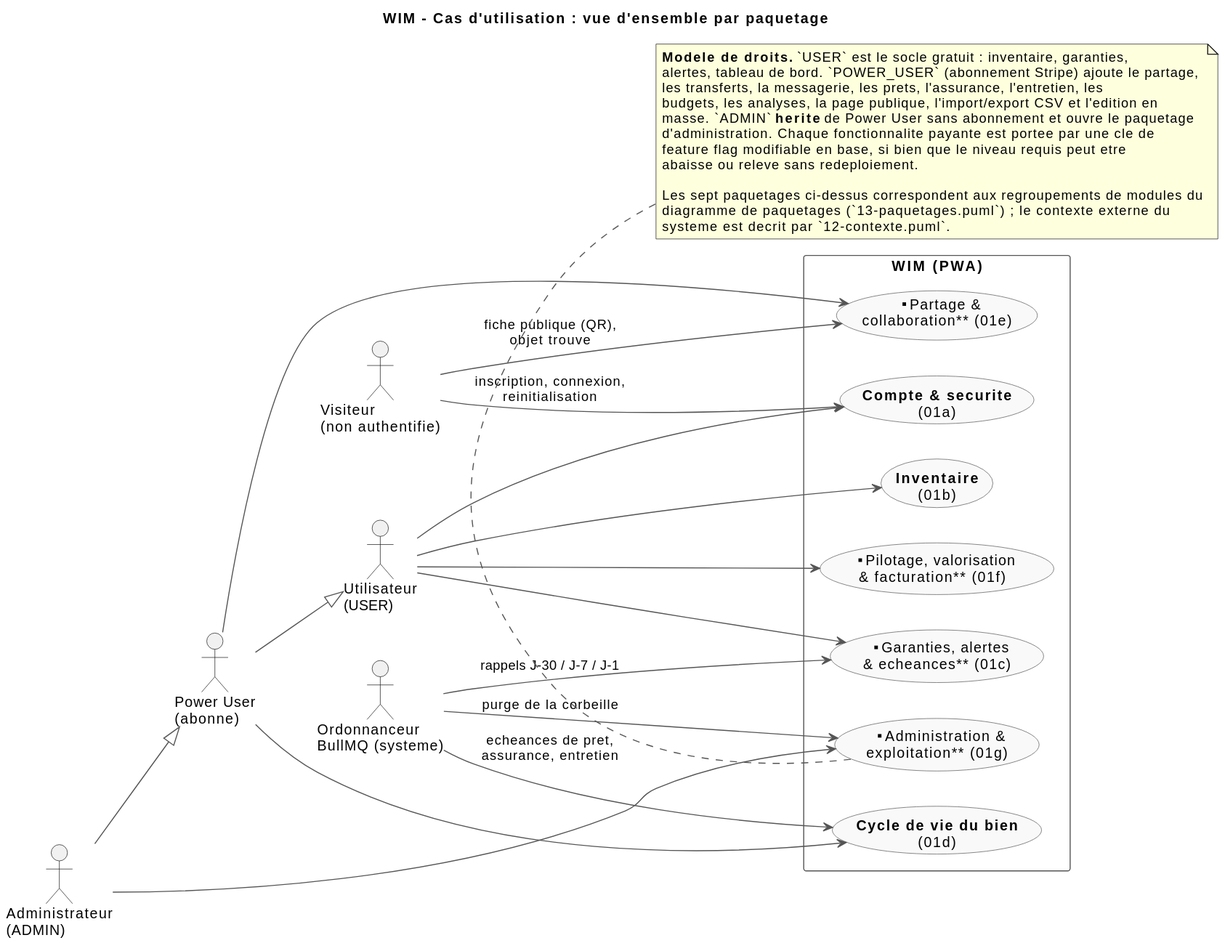
Above: docs/uml/01-use-cases.svg in SGCSBorges/WIM (PlantUML), before the change. Its source is kept beside it as docs/uml/01-use-cases.puml.
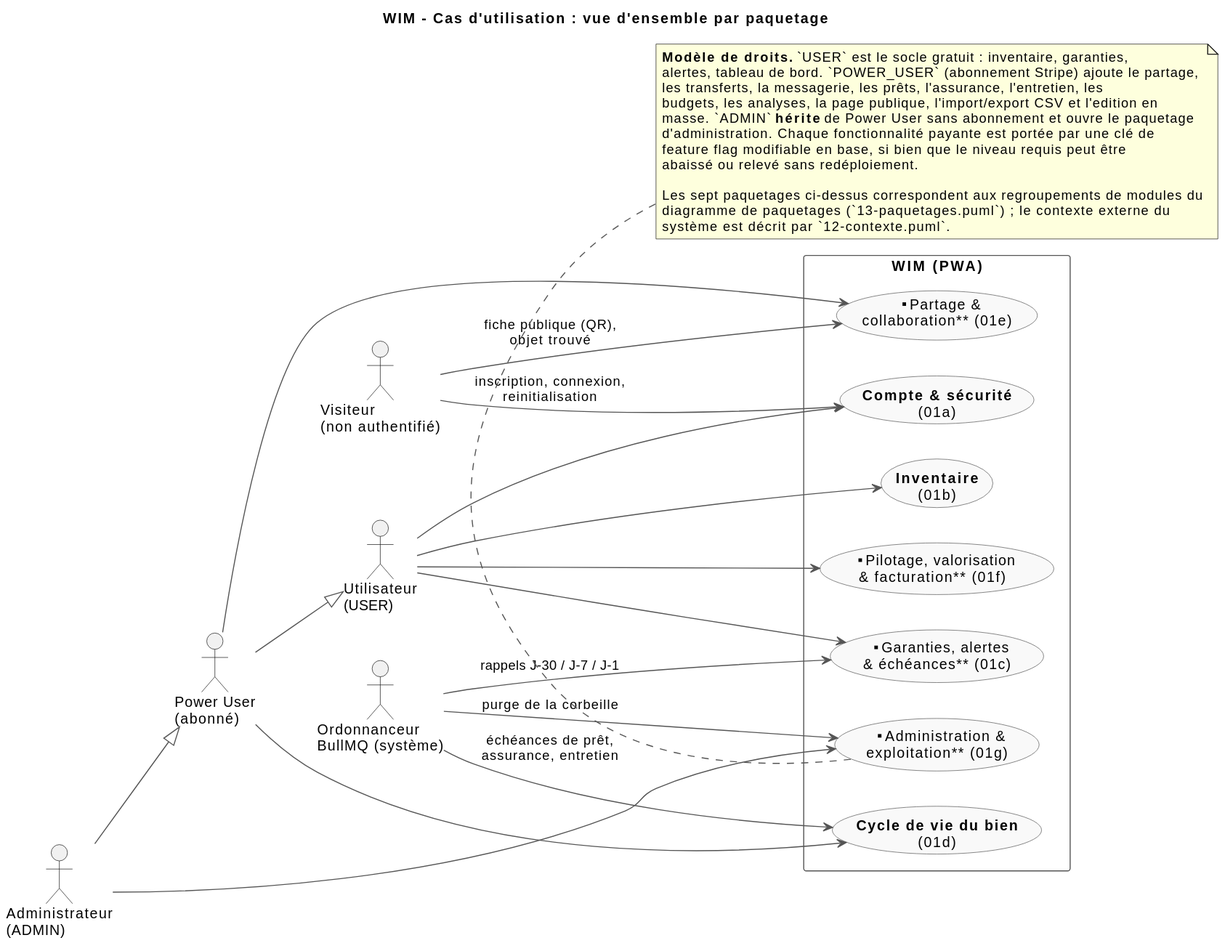
The same diagram one commit later.

Change to the diagram source:
```diff
@@ -14,16 +14,16 @@
 }
 
 
-actor "Visiteur\n(non authentifie)" as Guest
+actor "Visiteur\n(non authentifié)" as Guest
 actor "Utilisateur\n(USER)" as User
-actor "Power User\n(abonne)" as PowerUser
+actor "Power User\n(abonné)" as PowerUser
 actor "Administrateur\n(ADMIN)" as Admin
-actor "Ordonnanceur\nBullMQ (systeme)" as Scheduler
+actor "Ordonnanceur\nBullMQ (système)" as Scheduler
 
 rectangle "WIM (PWA)" {
-  usecase "**Compte & securite**\n(01a)" as P_Auth
+  usecase "**Compte & sécurité**\n(01a)" as P_Auth
   usecase "**Inventaire**\n(01b)" as P_Inv
-  usecase "**Garanties, alertes\n& echeances** (01c)" as P_War
+  usecase "**Garanties, alertes\n& échéances** (01c)" as P_War
   usecase "**Cycle de vie du bien**\n(01d)" as P_Life
   usecase "**Partage &\ncollaboration** (01e)" as P_Share
   usecase "**Pilotage, valorisation\n& facturation** (01f)" as P_Steer
@@ -31,7 +31,7 @@
 }
 
 Guest --> P_Auth : inscription, connexion,\nreinitialisation
-Guest --> P_Share : fiche publique (QR),\nobjet trouve
+Guest --> P_Share : fiche publique (QR),\nobjet trouvé
 
 User --> P_Auth
 User --> P_Inv
@@ -46,21 +46,21 @@
 Admin --> P_Admin
 
 Scheduler --> P_War : rappels J-30 / J-7 / J-1
-Scheduler --> P_Life : echeances de pret,\nassurance, entretien
+Scheduler --> P_Life : échéances de prêt,\nassurance, entretien
 Scheduler --> P_Admin : purge de la corbeille
 
 note bottom
-**Modele de droits.** `USER` est le socle gratuit : inventaire, garanties,
+**Modèle de droits.** `USER` est le socle gratuit : inventaire, garanties,
 alertes, tableau de bord. `POWER_USER` (abonnement Stripe) ajoute le partage,
-les transferts, la messagerie, les prets, l'assurance, l'entretien, les
+les transferts, la messagerie, les prêts, l'assurance, l'entretien, les
 budgets, les analyses, la page publique, l'import/export CSV et l'edition en
-masse. `ADMIN` **herite** de Power User sans abonnement et ouvre le paquetage
-d'administration. Chaque fonctionnalite payante est portee par une cle de
-feature flag modifiable en base, si bien que le niveau requis peut etre
-abaisse ou releve sans redeploiement.
+masse. `ADMIN` **hérite** de Power User sans abonnement et ouvre le paquetage
+d'administration. Chaque fonctionnalité payante est portée par une clé de
+feature flag modifiable en base, si bien que le niveau requis peut être
+abaissé ou relevé sans redéploiement.
 
 Les sept paquetages ci-dessus correspondent aux regroupements de modules du
 diagramme de paquetages (`13-paquetages.puml`) ; le contexte externe du
-systeme est decrit par `12-contexte.puml`.
+système est décrit par `12-contexte.puml`.
 end note
 @enduml
```
